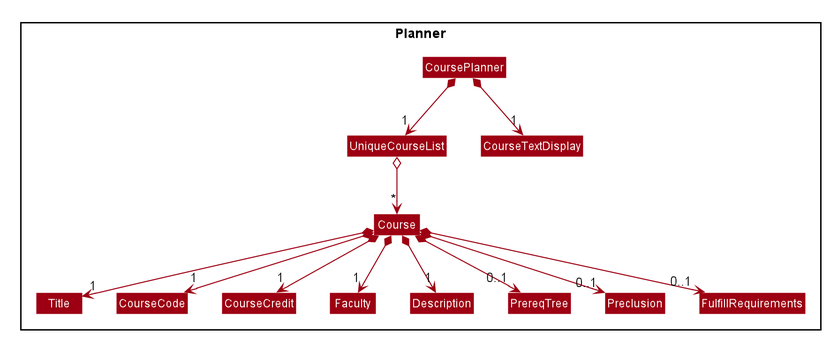
nus-cs2103-AY1920S1/addressbook-level3 keeps this PlantUML diagram as docs/images/ModelCoursePlannerClassDiagram.png. Above is the earlier version.
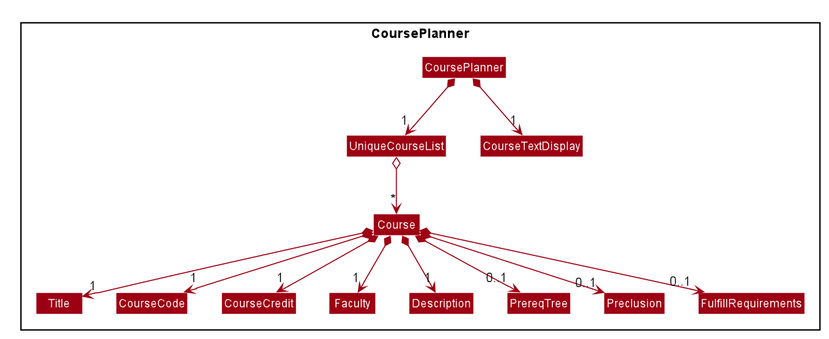
Later version of the same file.

Change to the diagram source:
```diff
@@ -17,6 +17,7 @@
     BorderColor #FFFFFF
     StereotypeFontColor #FFFFFF
     FontName Arial
+    ClassAttributeFontColor #FFFFFFF
 }
 
 skinparam Actor {
@@ -44,14 +45,14 @@
 skinparam DefaultTextAlignment center
 skinparam packageStyle Rectangle
 
-hide footbox
+hide circle
+hide footer
 hide members
-hide circle
 skinparam arrowThickness 1.1
 skinparam arrowColor #9D0012
 skinparam classBackgroundColor #9D0012
 
-Package Planner <<Rectangle>> {
+Package CoursePlanner <<Rectangle>> {
     Class CoursePlanner
     Class UniqueCourseList
     Class Course
```
